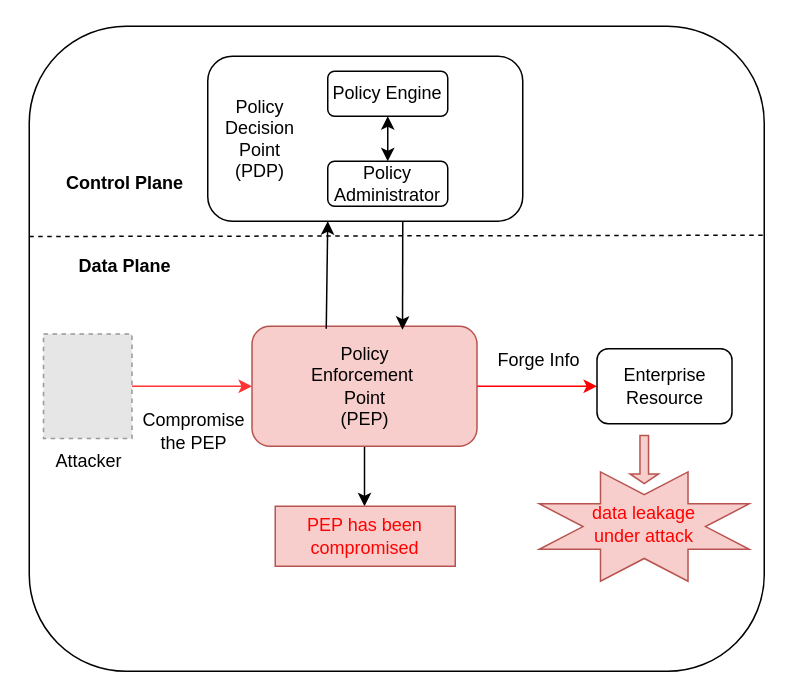
The draw.io diagram PEP has been compromised.drawio in Norton-Lin/Picture, before the edit. Source tidied: cells renumbered, new cells numbered last; positions are measured from the earlier drawing's top-left corner, leaving out a move shared by most shapes. Both pictures are drawn from the tidied source at 150%, with x=0, y=0 at pixel (28, 26). Pictures stored in the file or linked from it are replaced by grey dashed boxes.
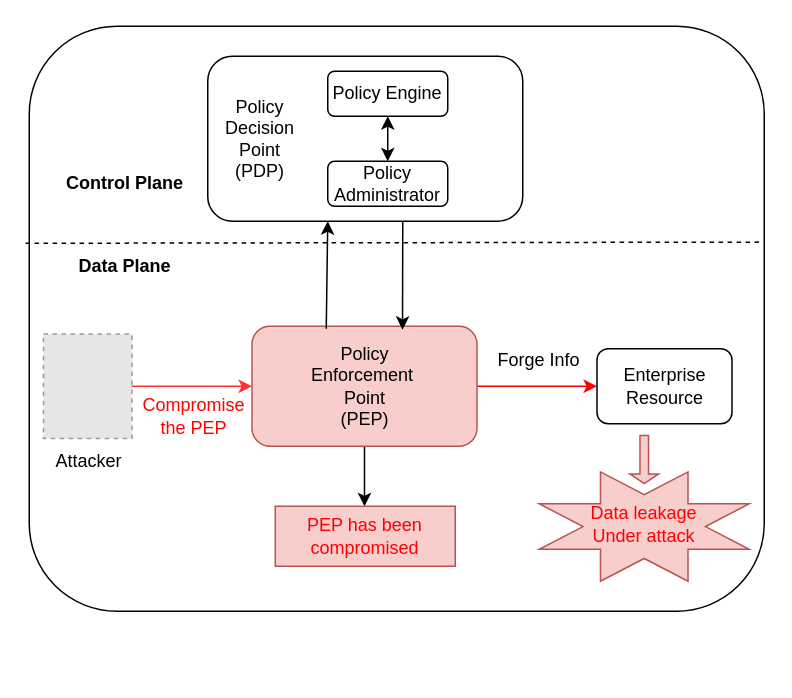
The same page after the edit.

What changed in the source:
```diff
@@
     <mxCell id="2" style="rounded=1;whiteSpace=wrap;html=1;" parent="1" vertex="1">
-      <mxGeometry width="490" height="430" as="geometry" />
+      <mxGeometry width="490" height="390" as="geometry" />
     </mxCell>
-    <mxCell id="3" style="endArrow=none;dashed=1;html=1;rounded=0;exitX=0;exitY=0.326;exitDx=0;exitDy=0;entryX=1;entryY=0.324;entryDx=0;entryDy=0;entryPerimeter=0;exitPerimeter=0;" parent="1" edge="1" source="2" target="2">
+    <mxCell id="3" style="endArrow=none;dashed=1;html=1;rounded=0;exitX=-0.005;exitY=0.371;exitDx=0;exitDy=0;entryX=0.999;entryY=0.369;entryDx=0;entryDy=0;entryPerimeter=0;exitPerimeter=0;" parent="1" edge="1" source="2" target="2">
       <mxGeometry relative="1" as="geometry" />
     </mxCell>
@@
-    <mxCell id="20" value="Compromise the PEP" style="text;html=1;align=center;verticalAlign=middle;whiteSpace=wrap;rounded=0;" parent="1" vertex="1">
-      <mxGeometry x="79.5" y="254.8" width="60" height="30" as="geometry" />
+    <mxCell id="20" value="&lt;font style=&quot;color: rgb(255, 0, 0);&quot;&gt;Compromise the PEP&lt;/font&gt;" style="text;html=1;align=center;verticalAlign=middle;whiteSpace=wrap;rounded=0;" parent="1" vertex="1">
+      <mxGeometry x="79.5" y="244.9" width="60" height="30" as="geometry" />
     </mxCell>
@@
-    <mxCell id="25" style="text;html=1;align=center;verticalAlign=middle;whiteSpace=wrap;rounded=0;opacity=0;fillColor=none;strokeColor=#b85450;" parent="1" vertex="1">
-      <mxGeometry x="240" y="400" width="124" height="30" as="geometry" />
-    </mxCell>
-    <mxCell id="26" value="&lt;font style=&quot;color: rgb(255, 0, 0);&quot;&gt;data leakage&lt;/font&gt;&lt;div&gt;&lt;font style=&quot;color: rgb(255, 0, 0);&quot;&gt;under attack&lt;/font&gt;&lt;/div&gt;" style="rounded=0;whiteSpace=wrap;html=1;fillColor=#f8cecc;strokeColor=none;" parent="1" vertex="1">
+    <mxCell id="26" value="&lt;font style=&quot;color: rgb(255, 0, 0);&quot;&gt;Data leakage&lt;/font&gt;&lt;div&gt;&lt;font style=&quot;color: rgb(255, 0, 0);&quot;&gt;Under attack&lt;/font&gt;&lt;/div&gt;" style="rounded=0;whiteSpace=wrap;html=1;fillColor=#f8cecc;strokeColor=none;" parent="1" vertex="1">
       <mxGeometry x="372.2" y="320" width="75.5" height="23.6" as="geometry" />
     </mxCell>
```
